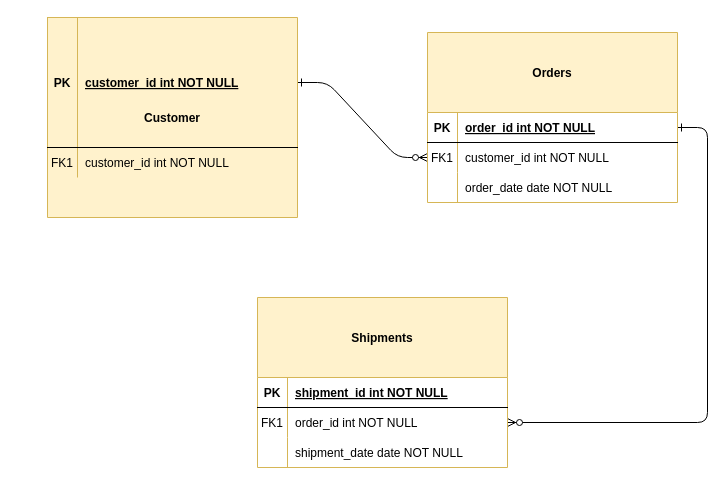
This is Test.drawio from KhanAnupamShafi/draw.io, a draw.io file, before an edit. Source tidied: cells renumbered, new cells numbered last; positions are measured from the earlier drawing's top-left corner, leaving out a move shared by most shapes. Both pictures are drawn from the tidied source at 100%, with x=0, y=0 at pixel (47, 17).
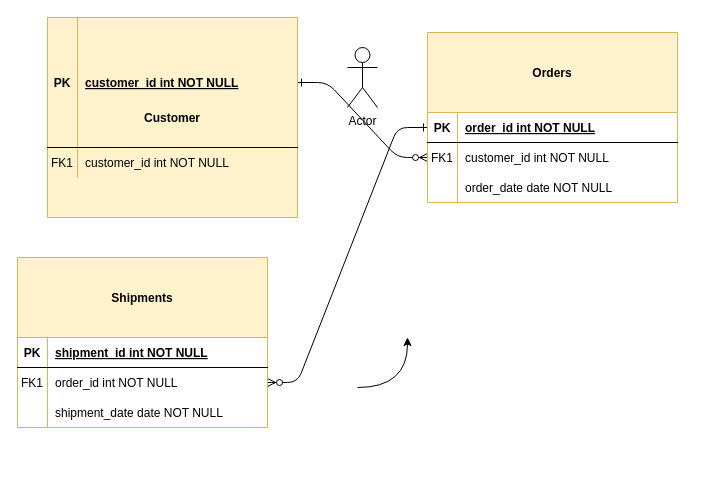
Above is the later version.

Change to the diagram source:
```diff
@@
     <mxCell id="14" value="Shipments" style="shape=table;startSize=80;childLayout=tableLayout;rowLines=0;fontStyle=1;align=center;fillColor=#fff2cc;strokeColor=#d6b656;" parent="1" vertex="1">
-      <mxGeometry x="210" y="280" width="250" height="170" as="geometry" />
+      <mxGeometry x="-30" y="240" width="250" height="170" as="geometry" />
     </mxCell>
@@
+    <mxCell id="31" style="curved=1;endArrow=classic;html=1;rounded=0;edgeStyle=orthogonalEdgeStyle;" parent="1" edge="1">
+      <mxGeometry relative="1" as="geometry">
+        <mxPoint x="310" y="370" as="sourcePoint" />
+        <mxPoint x="360" y="320" as="targetPoint" />
+        <Array as="points">
+          <mxPoint x="360" y="370" />
+          <mxPoint x="310" y="320" />
+        </Array>
+      </mxGeometry>
+    </mxCell>
+    <mxCell id="32" value="Actor" style="shape=umlActor;verticalLabelPosition=bottom;verticalAlign=top;html=1;" parent="1" vertex="1">
+      <mxGeometry x="300" y="30" width="30" height="60" as="geometry" />
+    </mxCell>
```
